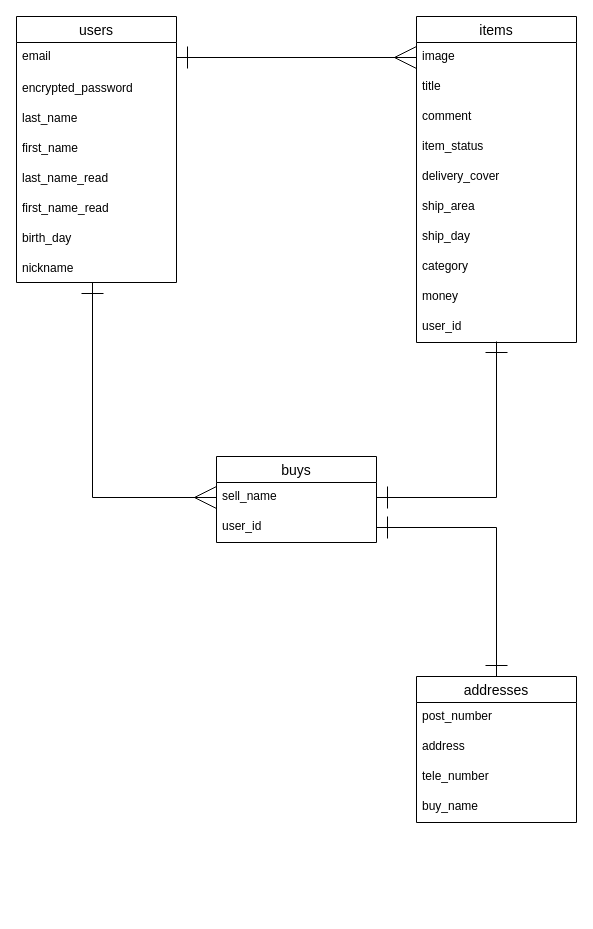
Earlier version of the draw.io diagram test.dio (Mikoto882/furima-34334). Source tidied: cells renumbered, new cells numbered last; positions are measured from the earlier drawing's top-left corner, leaving out a move shared by most shapes. Both pictures are drawn from the tidied source at 100%, with x=0, y=0 at pixel (16, 16).
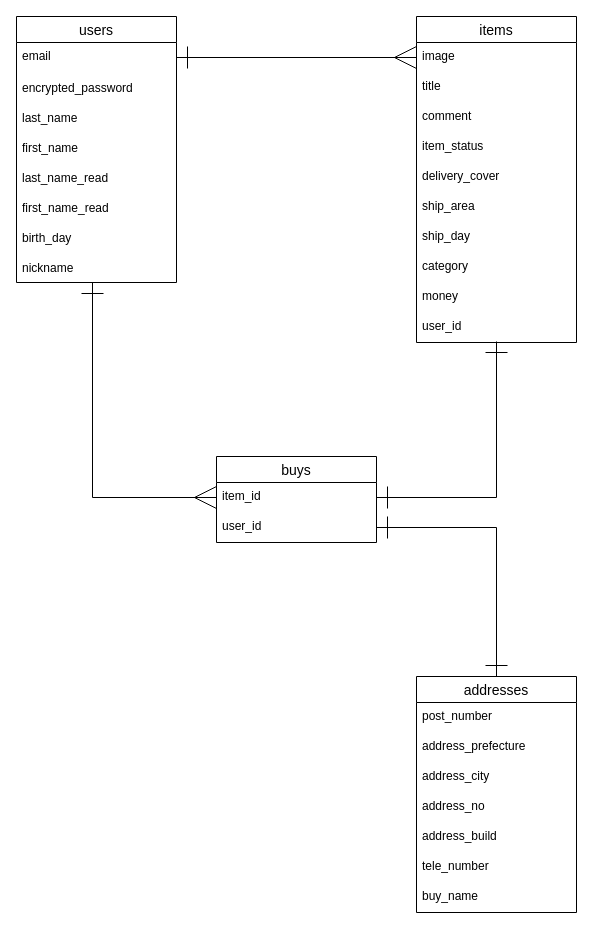
The same page after the edit.

Commit message (it also covers changes not shown here):
DB修正後（4回目）

Unchanged cells that the change refers to:
```xml
<mxCell id="24" value="buys" style="swimlane;fontStyle=0;horizontal=1;startSize=26;align=center;fontSize=14;" parent="1" vertex="1">
  <mxGeometry x="200" y="440" width="160" height="86" as="geometry" />
</mxCell>
```

Diff of the diagram source:
```diff
@@
-    <mxCell id="25" value="sell_name" style="text;strokeColor=none;fillColor=none;spacingLeft=4;spacingRight=4;overflow=hidden;points=[[0,0.5],[1,0.5]];portConstraint=eastwest;fontSize=12;" parent="24" vertex="1">
+    <mxCell id="25" value="item_id" style="text;strokeColor=none;fillColor=none;spacingLeft=4;spacingRight=4;overflow=hidden;points=[[0,0.5],[1,0.5]];portConstraint=eastwest;fontSize=12;" parent="24" vertex="1">
       <mxGeometry y="26" width="160" height="30" as="geometry" />
     </mxCell>
@@
     <mxCell id="28" value="addresses" style="swimlane;fontStyle=0;horizontal=1;startSize=26;align=center;fontSize=14;" parent="1" vertex="1">
-      <mxGeometry x="400" y="660" width="160" height="146" as="geometry" />
+      <mxGeometry x="400" y="660" width="160" height="236" as="geometry" />
     </mxCell>
@@
-    <mxCell id="30" value="address" style="text;strokeColor=none;fillColor=none;spacingLeft=4;spacingRight=4;overflow=hidden;fontSize=12;" parent="28" vertex="1">
+    <mxCell id="30" value="address_prefecture" style="text;strokeColor=none;fillColor=none;spacingLeft=4;spacingRight=4;overflow=hidden;fontSize=12;" parent="28" vertex="1">
       <mxGeometry y="56" width="160" height="30" as="geometry" />
     </mxCell>
+    <mxCell id="34" value="address_city" style="text;strokeColor=none;fillColor=none;spacingLeft=4;spacingRight=4;overflow=hidden;fontSize=12;" parent="28" vertex="1">
+      <mxGeometry y="86" width="160" height="30" as="geometry" />
+    </mxCell>
+    <mxCell id="35" value="address_no" style="text;strokeColor=none;fillColor=none;spacingLeft=4;spacingRight=4;overflow=hidden;fontSize=12;" parent="28" vertex="1">
+      <mxGeometry y="116" width="160" height="30" as="geometry" />
+    </mxCell>
+    <mxCell id="36" value="address_build" style="text;strokeColor=none;fillColor=none;spacingLeft=4;spacingRight=4;overflow=hidden;fontSize=12;" parent="28" vertex="1">
+      <mxGeometry y="146" width="160" height="30" as="geometry" />
+    </mxCell>
     <mxCell id="31" value="tele_number" style="text;strokeColor=none;fillColor=none;spacingLeft=4;spacingRight=4;overflow=hidden;fontSize=12;" parent="28" vertex="1">
-      <mxGeometry y="86" width="160" height="30" as="geometry" />
+      <mxGeometry y="176" width="160" height="30" as="geometry" />
     </mxCell>
     <mxCell id="32" value="buy_name" style="text;strokeColor=none;fillColor=none;spacingLeft=4;spacingRight=4;overflow=hidden;fontSize=12;" parent="28" vertex="1">
-      <mxGeometry y="116" width="160" height="30" as="geometry" />
+      <mxGeometry y="206" width="160" height="30" as="geometry" />
     </mxCell>
```
